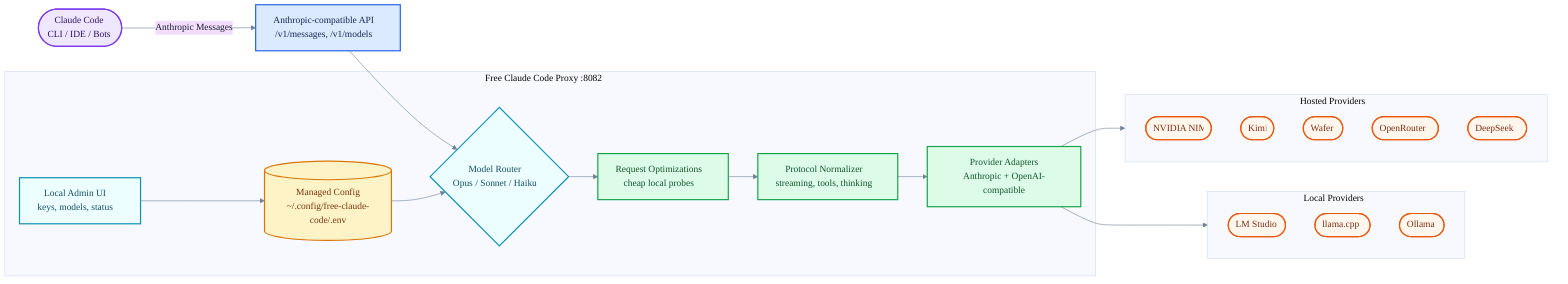
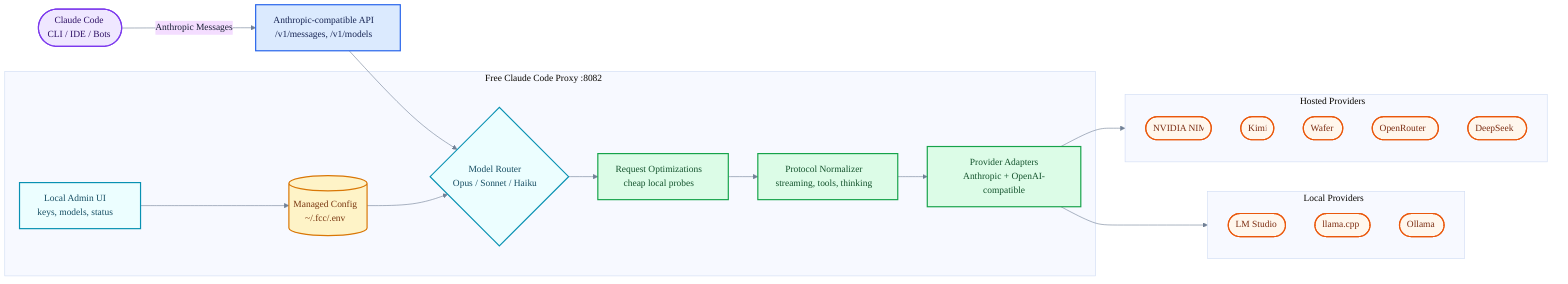
%%{init: {"theme": "base", "themeVariables": {"fontFamily": "Inter, ui-sans-serif, system-ui, Segoe UI, Arial", "background": "transparent", "primaryTextColor": "#172033", "lineColor": "#718096"}}}%%
flowchart LR
    client(["Claude Code<br/>CLI / IDE / Bots"])
    api["Anthropic-compatible API<br/>/v1/messages, /v1/models"]

    subgraph proxy["Free Claude Code Proxy :8082"]
        admin["Local Admin UI<br/>keys, models, status"]
-         config[("Managed Config<br/>~/.config/free-claude-code/.env")]
+         config[("Managed Config<br/>~/.fcc/.env")]
        router{"Model Router<br/>Opus / Sonnet / Haiku"}
        optimize["Request Optimizations<br/>cheap local probes"]
        normalize["Protocol Normalizer<br/>streaming, tools, thinking"]
        adapters["Provider Adapters<br/>Anthropic + OpenAI-compatible"]
    end

    subgraph hosted["Hosted Providers"]
        nim(["NVIDIA NIM"])
        kimi(["Kimi"])
        wafer(["Wafer"])
        openrouter(["OpenRouter"])
        deepseek(["DeepSeek"])
    end

    subgraph local["Local Providers"]
        lmstudio(["LM Studio"])
        llamacpp(["llama.cpp"])
        ollama(["Ollama"])
    end

    client -->|"Anthropic Messages"| api
    api --> router
    admin --> config
    config --> router
    router --> optimize
    optimize --> normalize
    normalize --> adapters
    adapters --> hosted
    adapters --> local

    classDef client fill:#efe7ff,stroke:#7c3aed,stroke-width:2px,color:#2e1065;
    classDef api fill:#dbeafe,stroke:#2563eb,stroke-width:2px,color:#172554;
    classDef proxy fill:#ecfeff,stroke:#0891b2,stroke-width:2px,color:#164e63;
    classDef config fill:#fef3c7,stroke:#d97706,stroke-width:2px,color:#78350f;
    classDef transform fill:#dcfce7,stroke:#16a34a,stroke-width:2px,color:#14532d;
    classDef provider fill:#fff7ed,stroke:#ea580c,stroke-width:2px,color:#7c2d12;

    class client client;
    class api api;
    class admin,router proxy;
    class config config;
    class optimize,normalize,adapters transform;
    class nim,kimi,wafer,openrouter,deepseek,lmstudio,llamacpp,ollama provider;
